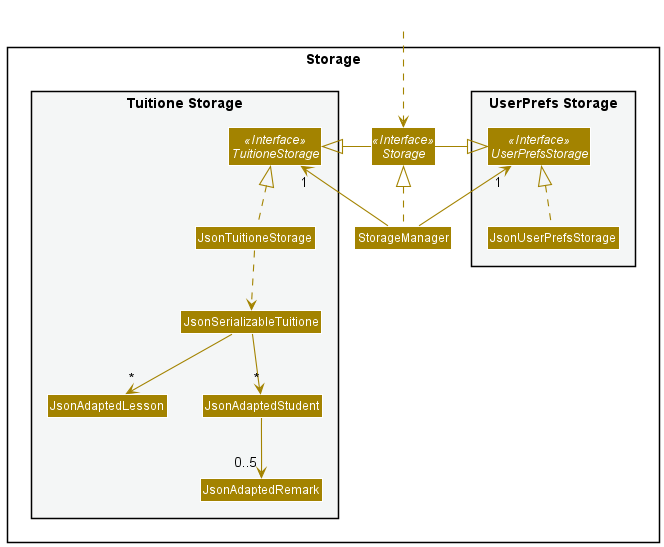
Before: docs/images/DeveloperGuideImage/StorageClassDiagram.png, a diagram exported from PlantUML (nus-cs2103-AY2122S1/tp). Source of this version:
```plantuml
@startuml
!include style.puml
skinparam arrowThickness 1.1
skinparam arrowColor STORAGE_COLOR
skinparam classBackgroundColor STORAGE_COLOR

package Storage{

package "UserPrefs Storage" #F4F6F6{
Interface UserPrefsStorage <<Interface>>
Class JsonUserPrefsStorage
}

Interface Storage <<Interface>>
Class StorageManager

package "Tuitione Storage" #F4F6F6{
Interface TuitioneStorage <<Interface>>
Class JsonTuitioneStorage
Class JsonSerializableTuitione
Class JsonAdaptedStudent
Class JsonAdaptedLesson
Class JsonAdaptedRemark
}

}

Class HiddenOutside #FFFFFF
HiddenOutside ..> Storage

StorageManager .up.|> Storage
StorageManager -up-> "1" UserPrefsStorage
StorageManager -up-> "1" TuitioneStorage

Storage -left-|> UserPrefsStorage
Storage -right-|> TuitioneStorage

JsonUserPrefsStorage .up.|> UserPrefsStorage
JsonTuitioneStorage .up.|> TuitioneStorage
JsonTuitioneStorage ..> JsonSerializableTuitione
JsonSerializableTuitione --> "*" JsonAdaptedLesson
JsonSerializableTuitione --> "*" JsonAdaptedStudent
JsonAdaptedLesson -right[hidden]- JsonAdaptedStudent
JsonAdaptedStudent --> "0..5" JsonAdaptedRemark

@enduml
```
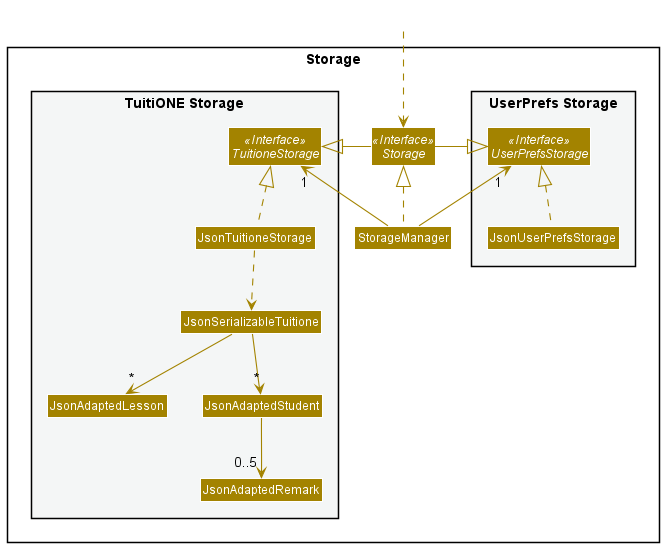
The same diagram one commit later.

The edit, as a diff of the source:
```diff
@@ -14,7 +14,7 @@
 Interface Storage <<Interface>>
 Class StorageManager
 
-package "Tuitione Storage" #F4F6F6{
+package "TuitiONE Storage" #F4F6F6{
 Interface TuitioneStorage <<Interface>>
 Class JsonTuitioneStorage
 Class JsonSerializableTuitione
```
